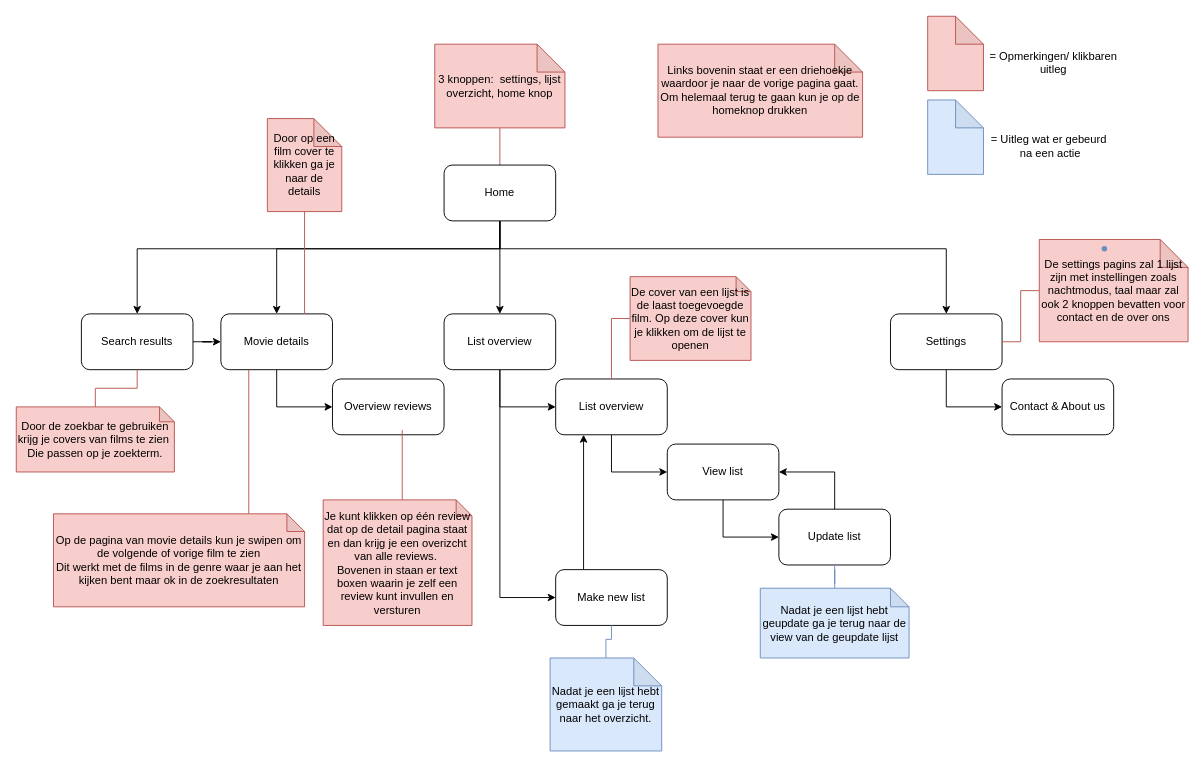
Earlier version of the draw.io diagram Periode1.3/Project management/Navigatie structuurdrawio new.drawio (Sno3t/EverythingSchool). Source tidied: cells renumbered, new cells numbered last; positions are measured from the earlier drawing's top-left corner, leaving out a move shared by most shapes. Both pictures are drawn from the tidied source at 93%, with x=0, y=0 at pixel (16, 16).
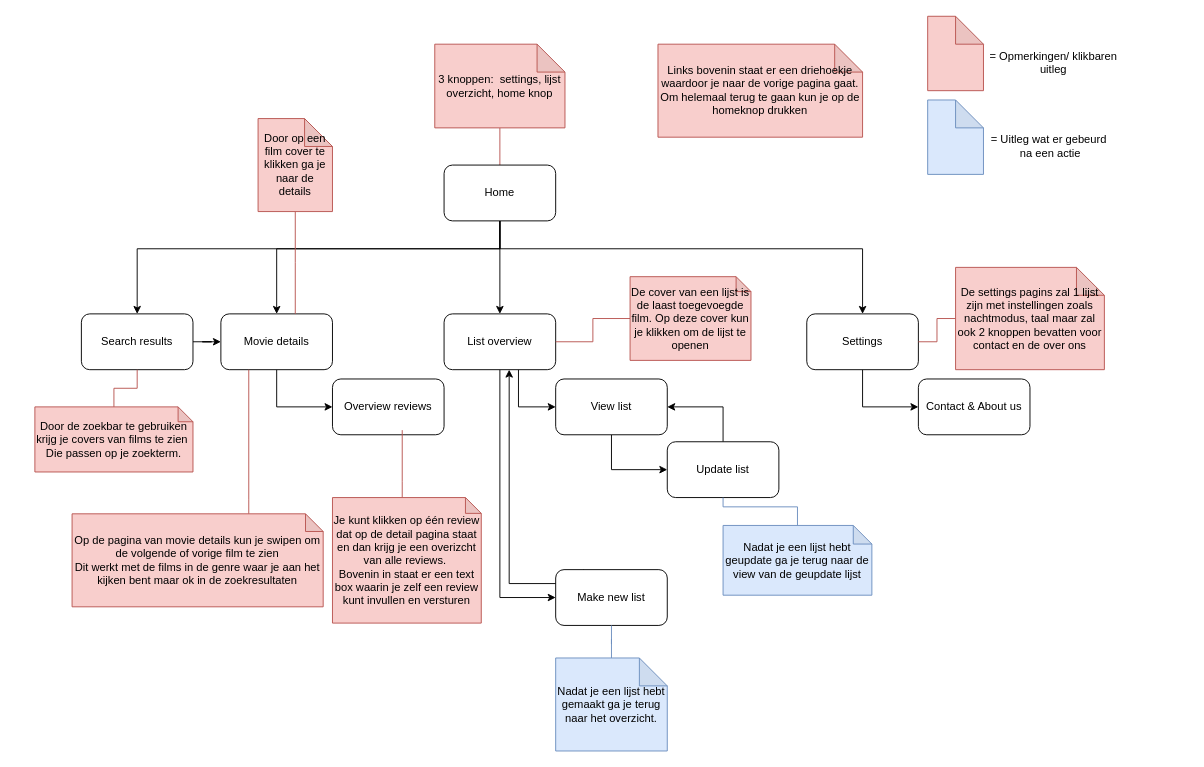
After the change.

Unchanged cells that the change refers to:
```xml
<mxCell id="7" value="Home" style="rounded=1;whiteSpace=wrap;html=1;" parent="1" vertex="1">
  <mxGeometry x="460" y="160" width="120" height="60" as="geometry" />
</mxCell>
<mxCell id="9" value="Movie details" style="rounded=1;whiteSpace=wrap;html=1;" parent="1" vertex="1">
  <mxGeometry x="220" y="320" width="120" height="60" as="geometry" />
</mxCell>
<mxCell id="12" value="List overview" style="rounded=1;whiteSpace=wrap;html=1;" parent="1" vertex="1">
  <mxGeometry x="460" y="320" width="120" height="60" as="geometry" />
</mxCell>
<mxCell id="16" value="Make new list" style="rounded=1;whiteSpace=wrap;html=1;" parent="1" vertex="1">
  <mxGeometry x="580" y="595" width="120" height="60" as="geometry" />
</mxCell>
<mxCell id="38" value="De cover van een lijst is de laast toegevoegde film. Op deze cover kun je klikken om de lijst te openen" style="shape=note;whiteSpace=wrap;html=1;backgroundOutline=1;darkOpacity=0.05;fillColor=#f8cecc;strokeColor=#b85450;size=16;" parent="1" vertex="1">
  <mxGeometry x="660" y="280" width="130" height="90" as="geometry" />
</mxCell>
```

Diff of the diagram source:
```diff
@@
     <mxCell id="4" style="edgeStyle=orthogonalEdgeStyle;rounded=0;jettySize=auto;html=1;entryX=0.5;entryY=0;entryDx=0;entryDy=0;" parent="1" edge="1" source="7" target="21">
       <mxGeometry relative="1" as="geometry">
         <Array as="points">
           <mxPoint x="520" y="250" />
-          <mxPoint x="1000" y="250" />
+          <mxPoint x="910" y="250" />
         </Array>
       </mxGeometry>
     </mxCell>
@@
-    <mxCell id="10" style="edgeStyle=orthogonalEdgeStyle;rounded=0;jettySize=auto;html=1;entryX=0;entryY=0.5;entryDx=0;entryDy=0;" parent="1" edge="1" source="12" target="14">
-      <mxGeometry relative="1" as="geometry" />
-    </mxCell>
@@
+    <mxCell id="50" style="edgeStyle=orthogonalEdgeStyle;rounded=0;jettySize=auto;html=1;entryX=0;entryY=0.5;entryDx=0;entryDy=0;endArrow=classic;endFill=1;" parent="1" edge="1" source="12" target="26">
+      <mxGeometry relative="1" as="geometry">
+        <Array as="points">
+          <mxPoint x="540" y="420" />
+        </Array>
+      </mxGeometry>
+    </mxCell>
@@
-    <mxCell id="13" style="edgeStyle=orthogonalEdgeStyle;rounded=0;jettySize=auto;html=1;entryX=0;entryY=0.5;entryDx=0;entryDy=0;" parent="1" edge="1" source="14" target="26">
-      <mxGeometry relative="1" as="geometry" />
-    </mxCell>
-    <mxCell id="14" value="List overview" style="rounded=1;whiteSpace=wrap;html=1;" parent="1" vertex="1">
-      <mxGeometry x="580" y="390" width="120" height="60" as="geometry" />
-    </mxCell>
-    <mxCell id="15" style="edgeStyle=orthogonalEdgeStyle;rounded=0;jettySize=auto;html=1;entryX=0.25;entryY=1;entryDx=0;entryDy=0;endArrow=classic;endFill=1;exitX=0.25;exitY=0;exitDx=0;exitDy=0;" parent="1" edge="1" source="16" target="14">
-      <mxGeometry relative="1" as="geometry" />
+    <mxCell id="15" style="edgeStyle=orthogonalEdgeStyle;rounded=0;jettySize=auto;html=1;endArrow=classic;endFill=1;exitX=0.25;exitY=0;exitDx=0;exitDy=0;" parent="1" edge="1" source="16">
+      <mxGeometry relative="1" as="geometry">
+        <mxPoint x="530" y="380" as="targetPoint" />
+        <Array as="points">
+          <mxPoint x="610" y="610" />
+          <mxPoint x="530" y="610" />
+          <mxPoint x="530" y="380" />
+        </Array>
+      </mxGeometry>
     </mxCell>
@@
     <mxCell id="18" value="Update list" style="rounded=1;whiteSpace=wrap;html=1;" parent="1" vertex="1">
-      <mxGeometry x="820" y="530" width="120" height="60" as="geometry" />
+      <mxGeometry x="700" y="457.5" width="120" height="60" as="geometry" />
     </mxCell>
@@
     <mxCell id="21" value="Settings" style="rounded=1;whiteSpace=wrap;html=1;" parent="1" vertex="1">
-      <mxGeometry x="940" y="320" width="120" height="60" as="geometry" />
+      <mxGeometry x="850" y="320" width="120" height="60" as="geometry" />
     </mxCell>
     <mxCell id="22" value="Contact &amp;amp; About us" style="rounded=1;whiteSpace=wrap;html=1;" parent="1" vertex="1">
-      <mxGeometry x="1060" y="390" width="120" height="60" as="geometry" />
+      <mxGeometry x="970" y="390" width="120" height="60" as="geometry" />
     </mxCell>
@@
     <mxCell id="26" value="View list" style="rounded=1;whiteSpace=wrap;html=1;" parent="1" vertex="1">
-      <mxGeometry x="700" y="460" width="120" height="60" as="geometry" />
+      <mxGeometry x="580" y="390" width="120" height="60" as="geometry" />
     </mxCell>
@@
-    <mxCell id="28" style="edgeStyle=orthogonalEdgeStyle;rounded=0;jettySize=auto;html=1;entryX=0.75;entryY=0;entryDx=0;entryDy=0;endArrow=none;endFill=0;fillColor=#f8cecc;strokeColor=#b85450;" parent="1" edge="1" source="29" target="9">
-      <mxGeometry relative="1" as="geometry" />
+    <mxCell id="28" style="edgeStyle=orthogonalEdgeStyle;rounded=0;jettySize=auto;html=1;endArrow=none;endFill=0;fillColor=#f8cecc;strokeColor=#b85450;" parent="1" edge="1" source="29">
+      <mxGeometry relative="1" as="geometry">
+        <mxPoint x="300" y="320" as="targetPoint" />
+      </mxGeometry>
     </mxCell>
     <mxCell id="29" value="Door op een film cover te klikken ga je naar de details" style="shape=note;whiteSpace=wrap;html=1;backgroundOutline=1;darkOpacity=0.05;fillColor=#f8cecc;strokeColor=#b85450;" parent="1" vertex="1">
-      <mxGeometry x="270" y="110" width="80" height="100" as="geometry" />
+      <mxGeometry x="260" y="110" width="80" height="100" as="geometry" />
     </mxCell>
@@
     <mxCell id="31" value="Door de zoekbar te gebruiken&lt;br&gt;krijg je covers van films te zien&amp;nbsp;&lt;br&gt;Die passen op je zoekterm." style="shape=note;whiteSpace=wrap;html=1;backgroundOutline=1;darkOpacity=0.05;size=16;fillColor=#f8cecc;strokeColor=#b85450;" parent="1" vertex="1">
-      <mxGeometry y="420" width="170" height="70" as="geometry" />
+      <mxGeometry x="20" y="420" width="170" height="70" as="geometry" />
     </mxCell>
@@
     <mxCell id="34" value="De settings pagins zal 1 lijst zijn met instellingen zoals nachtmodus, taal maar zal ook 2 knoppen bevatten voor contact en de over ons" style="shape=note;whiteSpace=wrap;html=1;backgroundOutline=1;darkOpacity=0.05;fillColor=#f8cecc;strokeColor=#b85450;" parent="1" vertex="1">
-      <mxGeometry x="1100" y="240" width="160" height="110" as="geometry" />
+      <mxGeometry x="1010" y="270" width="160" height="110" as="geometry" />
     </mxCell>
@@
     <mxCell id="36" value="Op de pagina van movie details kun je swipen om de volgende of vorige film te zien&lt;br&gt;Dit werkt met de films in de genre waar je aan het kijken bent maar ok in de zoekresultaten" style="shape=note;whiteSpace=wrap;html=1;backgroundOutline=1;darkOpacity=0.05;size=19;fillColor=#f8cecc;strokeColor=#b85450;" parent="1" vertex="1">
-      <mxGeometry x="40" y="535" width="270" height="100" as="geometry" />
+      <mxGeometry x="60" y="535" width="270" height="100" as="geometry" />
     </mxCell>
-    <mxCell id="37" style="edgeStyle=orthogonalEdgeStyle;rounded=0;jettySize=auto;html=1;entryX=0.5;entryY=0;entryDx=0;entryDy=0;endArrow=none;endFill=0;fillColor=#f8cecc;strokeColor=#b85450;" parent="1" edge="1" source="38" target="14">
-      <mxGeometry relative="1" as="geometry">
-        <Array as="points">
-          <mxPoint x="640" y="325" />
-        </Array>
-      </mxGeometry>
-    </mxCell>
+    <mxCell id="51" style="edgeStyle=orthogonalEdgeStyle;rounded=0;jettySize=auto;html=1;endArrow=none;endFill=0;fillColor=#f8cecc;strokeColor=#b85450;" parent="1" edge="1" source="38" target="12">
+      <mxGeometry relative="1" as="geometry" />
+    </mxCell>
@@
-    <mxCell id="40" value="Je kunt klikken op één review dat op de detail pagina staat en dan krijg je een overizcht van alle reviews.&amp;nbsp;&lt;br&gt;Bovenen in staan er text boxen waarin je zelf een review kunt invullen en versturen" style="shape=note;whiteSpace=wrap;html=1;backgroundOutline=1;darkOpacity=0.05;fillColor=#f8cecc;strokeColor=#b85450;size=17;" parent="1" vertex="1">
-      <mxGeometry x="330" y="520" width="160" height="135" as="geometry" />
+    <mxCell id="40" value="Je kunt klikken op één review dat op de detail pagina staat en dan krijg je een overizcht van alle reviews.&amp;nbsp;&lt;br&gt;Bovenin in staat er een text box waarin je zelf een review kunt invullen en versturen" style="shape=note;whiteSpace=wrap;html=1;backgroundOutline=1;darkOpacity=0.05;fillColor=#f8cecc;strokeColor=#b85450;size=17;" parent="1" vertex="1">
+      <mxGeometry x="340" y="517.5" width="160" height="135" as="geometry" />
     </mxCell>
@@
     <mxCell id="42" value="Nadat je een lijst hebt gemaakt ga je terug naar het overzicht." style="shape=note;whiteSpace=wrap;html=1;backgroundOutline=1;darkOpacity=0.05;fillColor=#dae8fc;strokeColor=#6c8ebf;" parent="1" vertex="1">
-      <mxGeometry x="574" y="690" width="120" height="100" as="geometry" />
+      <mxGeometry x="580" y="690" width="120" height="100" as="geometry" />
     </mxCell>
@@
     <mxCell id="44" value="Nadat je een lijst hebt geupdate ga je terug naar de view van de geupdate lijst" style="shape=note;whiteSpace=wrap;html=1;backgroundOutline=1;darkOpacity=0.05;fillColor=#dae8fc;strokeColor=#6c8ebf;size=20;" parent="1" vertex="1">
-      <mxGeometry x="800" y="615" width="160" height="75" as="geometry" />
+      <mxGeometry x="760" y="547.5" width="160" height="75" as="geometry" />
     </mxCell>
@@
-    <mxCell id="48" style="shape=waypoint;sketch=0;size=6;fillColor=#dae8fc;perimeter=centerPerimeter;strokeColor=#6c8ebf;" parent="1" vertex="1">
-      <mxGeometry x="1160" y="240" width="20" height="20" as="geometry" />
-    </mxCell>
```
